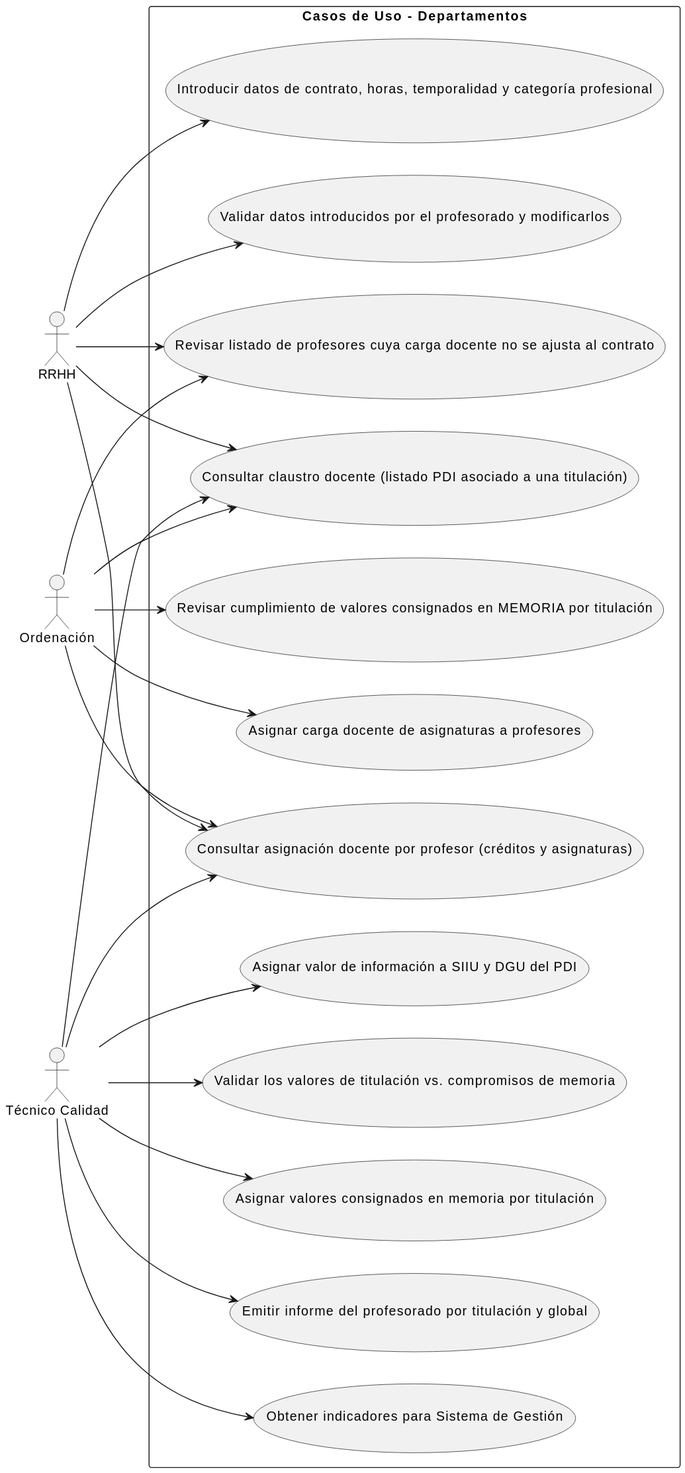
mmasias/24-25-IdSw1-SDR keeps this PlantUML diagram as images/modelosUML/CdU/Departamentos.svg. Above is the earlier version.
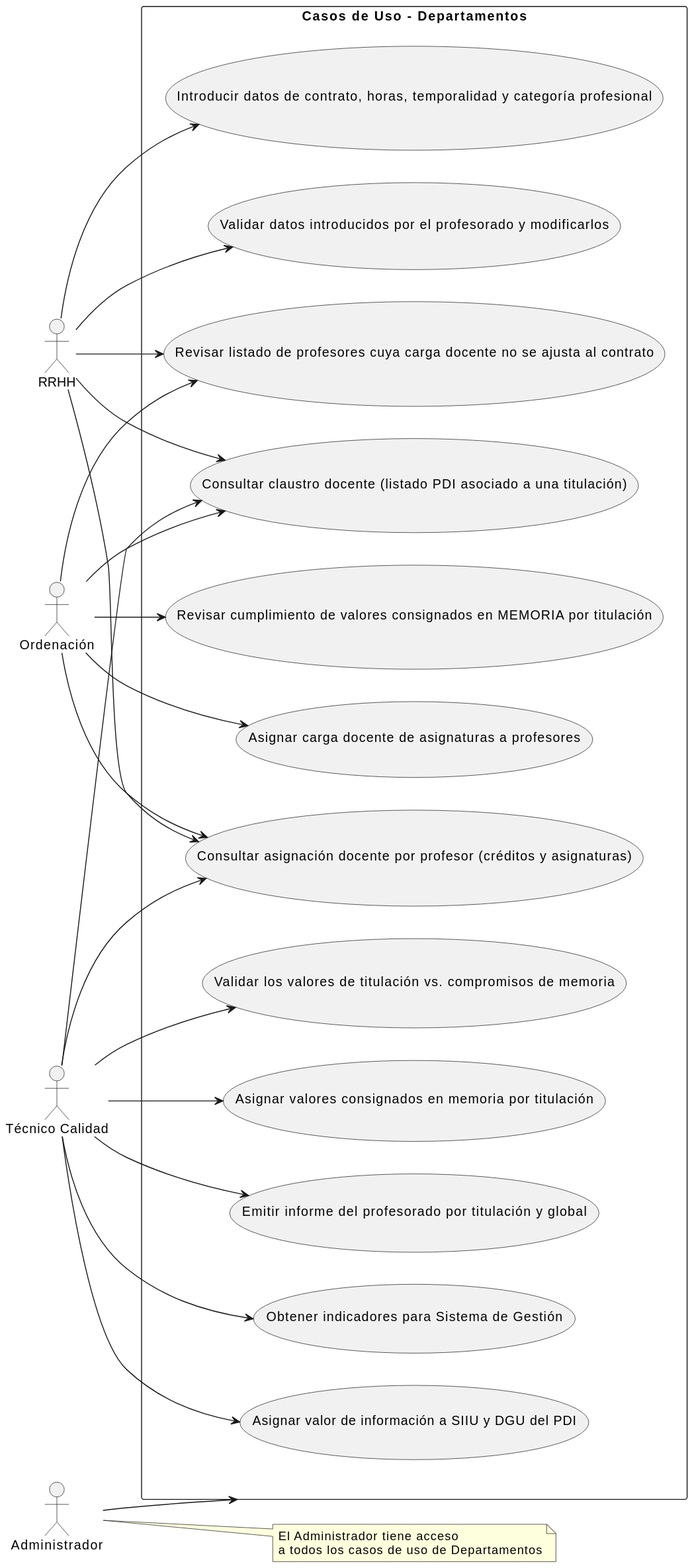
After the change.

Commit message:
simplificar diagramas

Change to the diagram source:
```diff
@@ -4,6 +4,9 @@
 actor "RRHH" as RRHH
 actor "Ordenación" as Ordenacion
 actor "Técnico Calidad" as TecnicoCalidad
+actor "Administrador" as Admin
+
+note "El Administrador tiene acceso\na todos los casos de uso de Departamentos" as N1
 
 rectangle "Casos de Uso - Departamentos" {
   usecase "Validar datos introducidos por el profesorado y modificarlos" as CU4
@@ -37,4 +40,7 @@
 TecnicoCalidad --> CU13
 TecnicoCalidad --> CU14
 TecnicoCalidad --> CU15
+
+Admin --> "Casos de Uso - Departamentos"
+Admin .. N1
 @enduml
```
